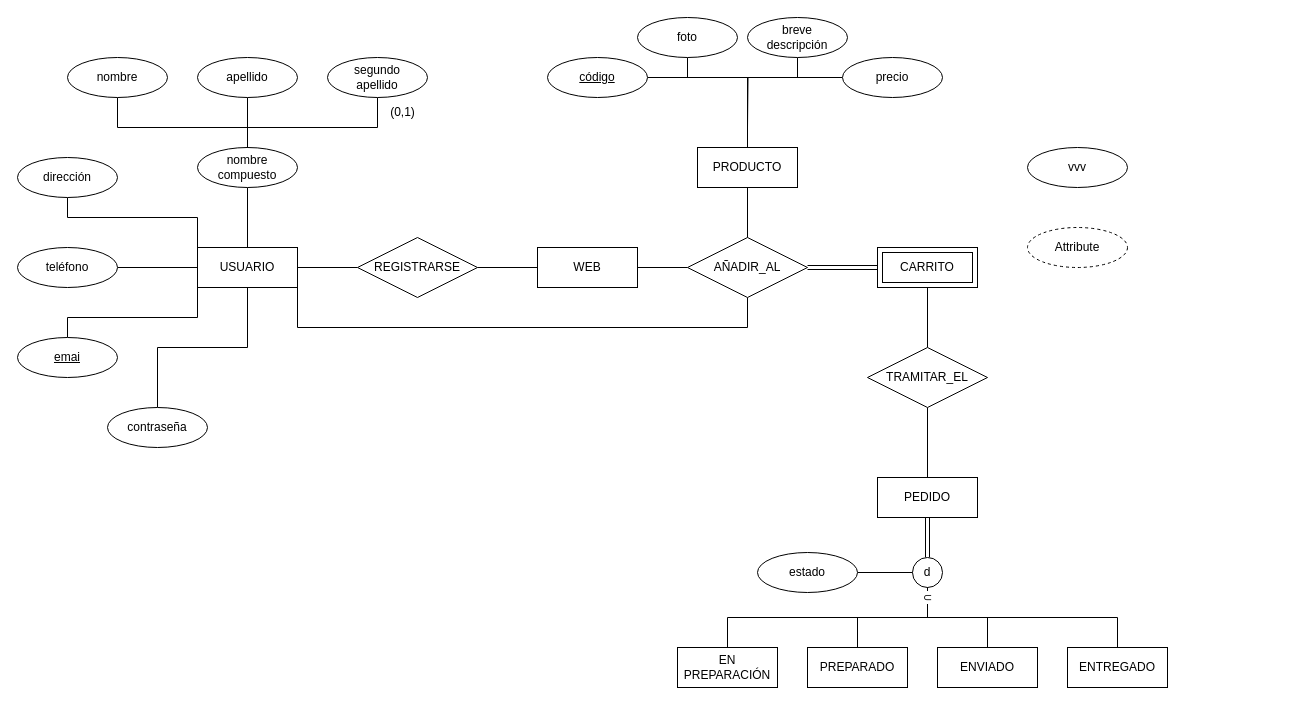
Earlier version of the draw.io diagram Practica P0 - ejer3.drawio (Badi21/Diagramas-Base-Datos). Source tidied: cells renumbered, new cells numbered last; positions are measured from the earlier drawing's top-left corner, leaving out a move shared by most shapes. Both pictures are drawn from the tidied source at 100%, with x=0, y=0 at pixel (17, 17).
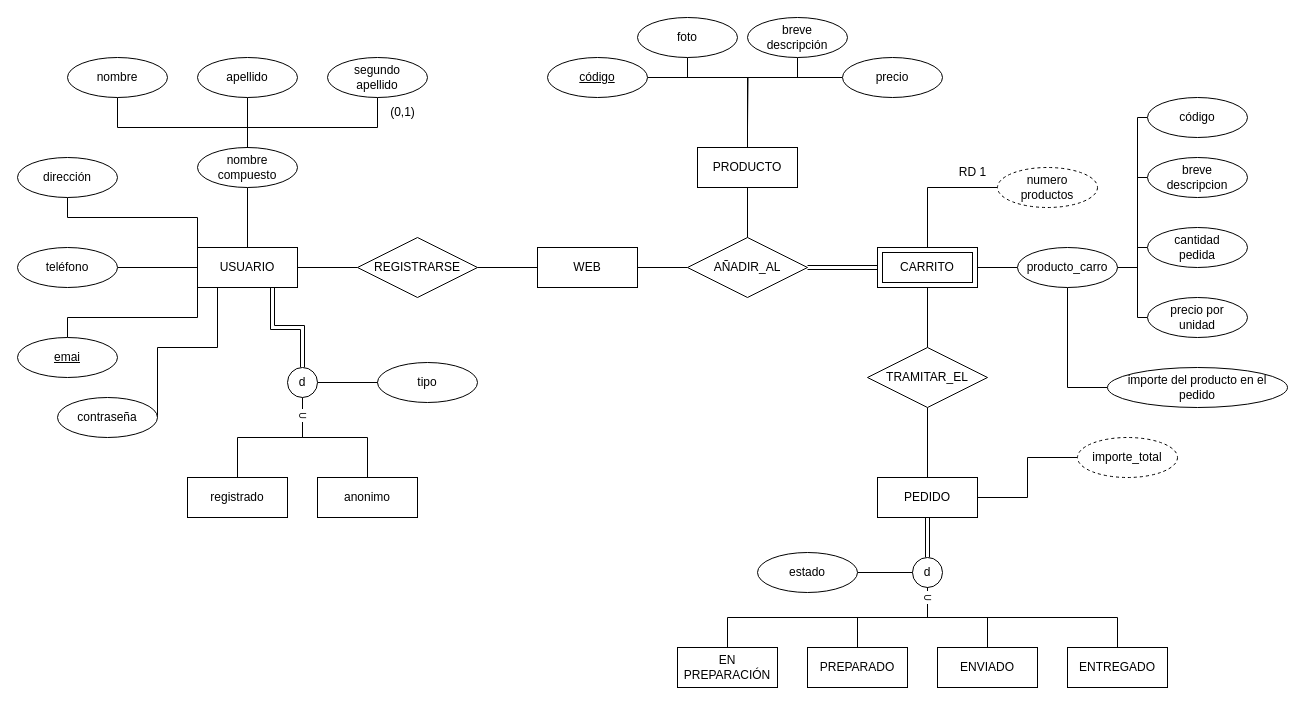
The same page after the edit.

Unchanged cells that the change refers to:
```xml
<mxCell id="2" value="PEDIDO" style="whiteSpace=wrap;html=1;align=center;" parent="1" vertex="1">
  <mxGeometry x="860" y="460" width="100" height="40" as="geometry" />
</mxCell>
<mxCell id="17" value="USUARIO" style="whiteSpace=wrap;html=1;align=center;" parent="1" vertex="1">
  <mxGeometry x="180" y="230" width="100" height="40" as="geometry" />
</mxCell>
<mxCell id="22" value="CARRITO" style="shape=ext;margin=3;double=1;whiteSpace=wrap;html=1;align=center;" parent="1" vertex="1">
  <mxGeometry x="860" y="230" width="100" height="40" as="geometry" />
</mxCell>
<mxCell id="25" value="AÑADIR_AL" style="shape=rhombus;perimeter=rhombusPerimeter;whiteSpace=wrap;html=1;align=center;" parent="1" vertex="1">
  <mxGeometry x="670" y="220" width="120" height="60" as="geometry" />
</mxCell>
```

Change to the diagram source:
```diff
@@
-    <mxCell id="16" style="edgeStyle=orthogonalEdgeStyle;rounded=0;jettySize=auto;html=1;entryX=0.5;entryY=1;entryDx=0;entryDy=0;endArrow=none;endFill=0;" parent="1" edge="1" source="17" target="25">
-      <mxGeometry relative="1" as="geometry">
-        <Array as="points">
-          <mxPoint x="280" y="310" />
-          <mxPoint x="730" y="310" />
-        </Array>
-      </mxGeometry>
-    </mxCell>
+    <mxCell id="57" style="edgeStyle=orthogonalEdgeStyle;rounded=0;jettySize=auto;html=1;exitX=0.75;exitY=1;exitDx=0;exitDy=0;entryX=0.5;entryY=0;entryDx=0;entryDy=0;endArrow=none;endFill=0;shape=link;" parent="1" edge="1" source="17" target="78">
+      <mxGeometry relative="1" as="geometry" />
+    </mxCell>
@@
+    <mxCell id="58" style="edgeStyle=orthogonalEdgeStyle;rounded=0;jettySize=auto;html=1;endArrow=none;endFill=0;" parent="1" edge="1" source="22" target="68">
+      <mxGeometry relative="1" as="geometry" />
+    </mxCell>
@@
     <mxCell id="44" style="edgeStyle=orthogonalEdgeStyle;rounded=0;jettySize=auto;html=1;endArrow=none;endFill=0;" parent="1" edge="1" source="45" target="17">
-      <mxGeometry relative="1" as="geometry" />
+      <mxGeometry relative="1" as="geometry">
+        <Array as="points">
+          <mxPoint x="140" y="330" />
+          <mxPoint x="200" y="330" />
+        </Array>
+      </mxGeometry>
     </mxCell>
     <mxCell id="45" value="contraseña" style="ellipse;whiteSpace=wrap;html=1;align=center;" parent="1" vertex="1">
-      <mxGeometry x="90" y="390" width="100" height="40" as="geometry" />
+      <mxGeometry x="40" y="380" width="100" height="40" as="geometry" />
     </mxCell>
@@
-    <mxCell id="55" value="vvv" style="ellipse;whiteSpace=wrap;html=1;align=center;" parent="1" vertex="1">
-      <mxGeometry x="1010" y="130" width="100" height="40" as="geometry" />
-    </mxCell>
+    <mxCell id="59" style="edgeStyle=orthogonalEdgeStyle;rounded=0;jettySize=auto;html=1;entryX=0.5;entryY=0;entryDx=0;entryDy=0;endArrow=none;endFill=0;" parent="1" edge="1" source="56" target="22">
+      <mxGeometry relative="1" as="geometry" />
+    </mxCell>
-    <mxCell id="56" value="Attribute" style="ellipse;whiteSpace=wrap;html=1;align=center;dashed=1;" parent="1" vertex="1">
-      <mxGeometry x="1010" y="210" width="100" height="40" as="geometry" />
+    <mxCell id="56" value="numero&lt;br&gt;productos" style="ellipse;whiteSpace=wrap;html=1;align=center;dashed=1;" parent="1" vertex="1">
+      <mxGeometry x="980" y="150" width="100" height="40" as="geometry" />
     </mxCell>
+    <mxCell id="60" value="RD 1" style="text;html=1;align=center;verticalAlign=middle;strokeColor=none;fillColor=none;" parent="1" vertex="1">
+      <mxGeometry x="930" y="140" width="50" height="30" as="geometry" />
+    </mxCell>
+    <mxCell id="61" style="edgeStyle=orthogonalEdgeStyle;rounded=0;jettySize=auto;html=1;endArrow=none;endFill=0;" parent="1" edge="1" source="62" target="2">
+      <mxGeometry relative="1" as="geometry" />
+    </mxCell>
+    <mxCell id="62" value="importe_total" style="ellipse;whiteSpace=wrap;html=1;align=center;dashed=1;" parent="1" vertex="1">
+      <mxGeometry x="1060" y="420" width="100" height="40" as="geometry" />
+    </mxCell>
+    <mxCell id="63" style="edgeStyle=orthogonalEdgeStyle;rounded=0;jettySize=auto;html=1;entryX=0;entryY=0.5;entryDx=0;entryDy=0;endArrow=none;endFill=0;" parent="1" edge="1" source="68" target="73">
+      <mxGeometry relative="1" as="geometry" />
+    </mxCell>
+    <mxCell id="64" style="edgeStyle=orthogonalEdgeStyle;rounded=0;jettySize=auto;html=1;entryX=0;entryY=0.5;entryDx=0;entryDy=0;endArrow=none;endFill=0;" parent="1" edge="1" source="68" target="72">
+      <mxGeometry relative="1" as="geometry">
+        <Array as="points">
+          <mxPoint x="1120" y="250" />
+          <mxPoint x="1120" y="300" />
+        </Array>
+      </mxGeometry>
+    </mxCell>
+    <mxCell id="65" style="edgeStyle=orthogonalEdgeStyle;rounded=0;jettySize=auto;html=1;entryX=0;entryY=0.5;entryDx=0;entryDy=0;endArrow=none;endFill=0;" parent="1" edge="1" source="68" target="71">
+      <mxGeometry relative="1" as="geometry" />
+    </mxCell>
+    <mxCell id="66" style="edgeStyle=orthogonalEdgeStyle;rounded=0;jettySize=auto;html=1;entryX=0;entryY=0.5;entryDx=0;entryDy=0;endArrow=none;endFill=0;" parent="1" edge="1" source="68" target="70">
+      <mxGeometry relative="1" as="geometry">
+        <Array as="points">
+          <mxPoint x="1120" y="250" />
+          <mxPoint x="1120" y="160" />
+        </Array>
+      </mxGeometry>
+    </mxCell>
+    <mxCell id="67" style="edgeStyle=orthogonalEdgeStyle;rounded=0;jettySize=auto;html=1;entryX=0;entryY=0.5;entryDx=0;entryDy=0;endArrow=none;endFill=0;" parent="1" edge="1" source="68" target="69">
+      <mxGeometry relative="1" as="geometry">
+        <Array as="points">
+          <mxPoint x="1120" y="250" />
+          <mxPoint x="1120" y="100" />
+        </Array>
+      </mxGeometry>
+    </mxCell>
+    <mxCell id="68" value="producto_carro" style="ellipse;whiteSpace=wrap;html=1;align=center;" parent="1" vertex="1">
+      <mxGeometry x="1000" y="230" width="100" height="40" as="geometry" />
+    </mxCell>
+    <mxCell id="69" value="código" style="ellipse;whiteSpace=wrap;html=1;align=center;" parent="1" vertex="1">
+      <mxGeometry x="1130" y="80" width="100" height="40" as="geometry" />
+    </mxCell>
+    <mxCell id="70" value="breve&lt;br&gt;descripcion" style="ellipse;whiteSpace=wrap;html=1;align=center;" parent="1" vertex="1">
+      <mxGeometry x="1130" y="140" width="100" height="40" as="geometry" />
+    </mxCell>
+    <mxCell id="71" value="cantidad&lt;br&gt;pedida" style="ellipse;whiteSpace=wrap;html=1;align=center;" parent="1" vertex="1">
+      <mxGeometry x="1130" y="210" width="100" height="40" as="geometry" />
+    </mxCell>
+    <mxCell id="72" value="precio por&lt;br&gt;unidad" style="ellipse;whiteSpace=wrap;html=1;align=center;" parent="1" vertex="1">
+      <mxGeometry x="1130" y="280" width="100" height="40" as="geometry" />
+    </mxCell>
+    <mxCell id="73" value="importe del producto en el pedido" style="ellipse;whiteSpace=wrap;html=1;align=center;" parent="1" vertex="1">
+      <mxGeometry x="1090" y="350" width="180" height="40" as="geometry" />
+    </mxCell>
+    <mxCell id="74" style="edgeStyle=orthogonalEdgeStyle;rounded=0;jettySize=auto;html=1;entryX=0.5;entryY=0;entryDx=0;entryDy=0;endArrow=none;endFill=0;" parent="1" edge="1" source="78" target="79">
+      <mxGeometry relative="1" as="geometry" />
+    </mxCell>
+    <mxCell id="75" style="edgeStyle=orthogonalEdgeStyle;rounded=0;jettySize=auto;html=1;exitX=0.5;exitY=1;exitDx=0;exitDy=0;endArrow=none;endFill=0;" parent="1" edge="1" source="78" target="80">
+      <mxGeometry relative="1" as="geometry" />
+    </mxCell>
+    <mxCell id="76" value="⊂" style="edgeLabel;html=1;align=center;verticalAlign=middle;" parent="75" vertex="1">
+      <mxGeometry x="-0.77" y="-1" relative="1" as="geometry" />
+    </mxCell>
+    <mxCell id="77" style="edgeStyle=orthogonalEdgeStyle;rounded=0;jettySize=auto;html=1;endArrow=none;endFill=0;" parent="1" edge="1" source="78">
+      <mxGeometry relative="1" as="geometry">
+        <mxPoint x="395" y="365" as="targetPoint" />
+      </mxGeometry>
+    </mxCell>
+    <mxCell id="78" value="d" style="ellipse;whiteSpace=wrap;html=1;" parent="1" vertex="1">
+      <mxGeometry x="270" y="350" width="30" height="30" as="geometry" />
+    </mxCell>
+    <mxCell id="79" value="registrado" style="whiteSpace=wrap;html=1;align=center;" parent="1" vertex="1">
+      <mxGeometry x="170" y="460" width="100" height="40" as="geometry" />
+    </mxCell>
+    <mxCell id="80" value="anonimo" style="whiteSpace=wrap;html=1;align=center;" parent="1" vertex="1">
+      <mxGeometry x="300" y="460" width="100" height="40" as="geometry" />
+    </mxCell>
+    <mxCell id="81" value="tipo" style="ellipse;whiteSpace=wrap;html=1;align=center;" parent="1" vertex="1">
+      <mxGeometry x="360" y="345" width="100" height="40" as="geometry" />
+    </mxCell>
```
